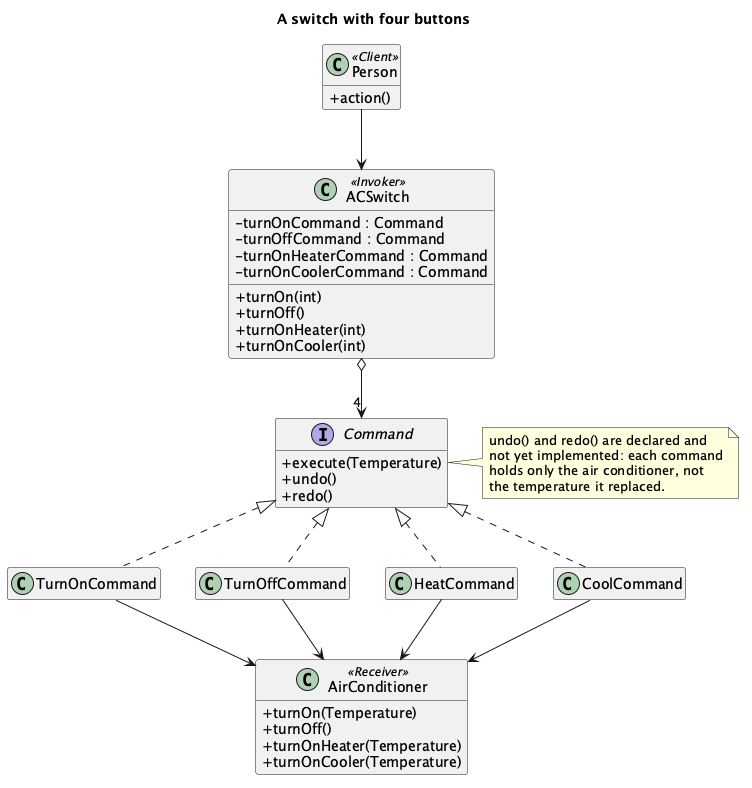
This is src/main/java/dev/kaldiroglu/dp/behavioral/command/ac/uml/Command - Air Conditioner - Class Diagram.png from kaldiroglu/DesignPatternsWithJava, a PlantUML export, as it was before one commit. Its diagram source:
```plantuml
@startuml "Command - Air Conditioner - Class Diagram"
skinparam classAttributeIconSize 0
hide empty members
title A switch with four buttons

class Person <<Client>> {
  + action()
}
class ACSwitch <<Invoker>> {
  - turnOnCommand : Command
  - turnOffCommand : Command
  - turnOnHeaterCommand : Command
  - turnOnCoolerCommand : Command
  + turnOn(int)
  + turnOff()
  + turnOnHeater(int)
  + turnOnCooler(int)
}
interface Command {
  + execute(Temperature)
  + undo()
  + redo()
}
class TurnOnCommand
class TurnOffCommand
class HeatCommand
class CoolCommand
class AirConditioner <<Receiver>> {
  + turnOn(Temperature)
  + turnOff()
  + turnOnHeater(Temperature)
  + turnOnCooler(Temperature)
}

Person --> ACSwitch
ACSwitch o--> "4" Command
Command <|.. TurnOnCommand
Command <|.. TurnOffCommand
Command <|.. HeatCommand
Command <|.. CoolCommand
TurnOnCommand --> AirConditioner
TurnOffCommand --> AirConditioner
HeatCommand --> AirConditioner
CoolCommand --> AirConditioner

note right of Command
  undo() and redo() are declared and
  not yet implemented: each command
  holds only the air conditioner, not
  the temperature it replaced.
end note
@enduml
```
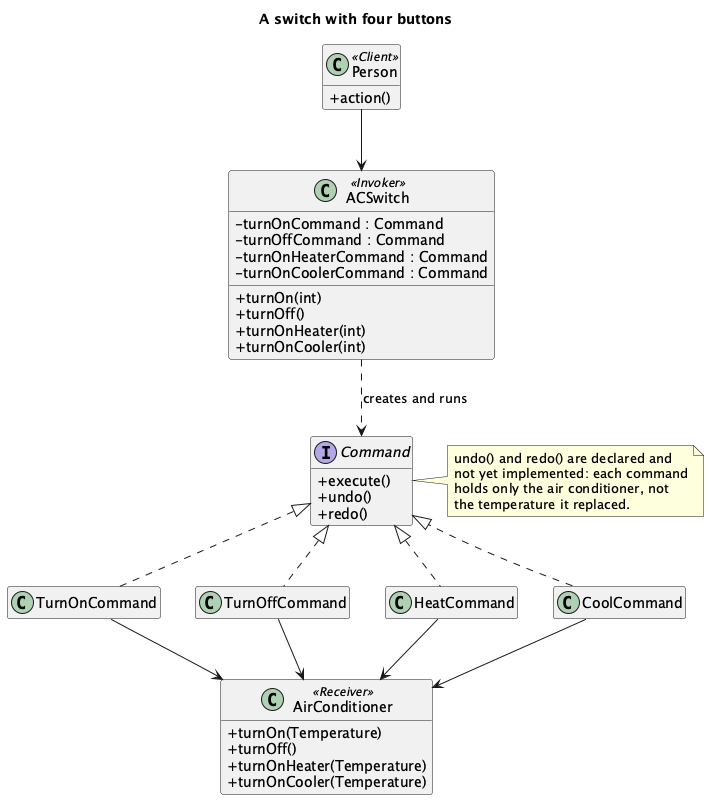
After the commit.

Change to the diagram source:
```diff
@@ -17,7 +17,7 @@
   + turnOnCooler(int)
 }
 interface Command {
-  + execute(Temperature)
+  + execute()
   + undo()
   + redo()
 }
@@ -33,7 +33,7 @@
 }
 
 Person --> ACSwitch
-ACSwitch o--> "4" Command
+ACSwitch ..> Command : creates and runs
 Command <|.. TurnOnCommand
 Command <|.. TurnOffCommand
 Command <|.. HeatCommand
```
